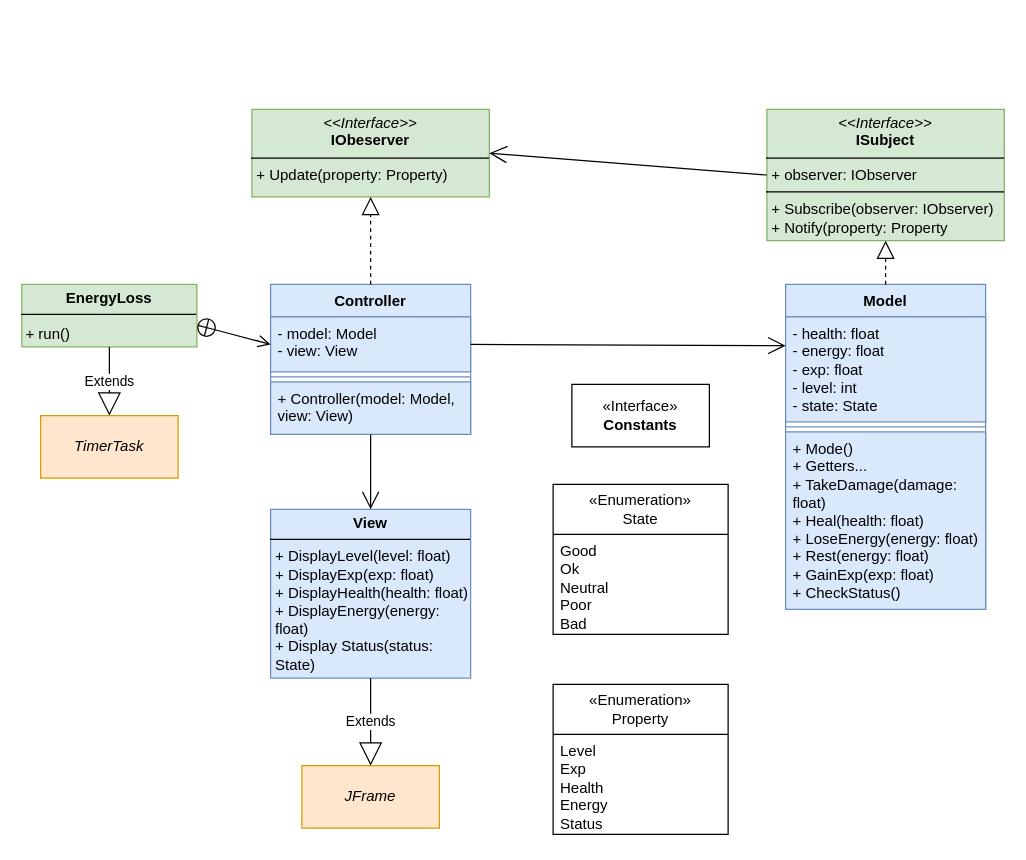
The draw.io diagram page "Page-1" (1 of 2) of ClassDiagram.drawio in r-langas/2212_Project, before the edit. Source tidied: cells renumbered, new cells numbered last; positions are measured from the earlier drawing's top-left corner, leaving out a move shared by most shapes. Both pictures are drawn from the tidied source at 125%, with x=0, y=0 at pixel (21, 109).
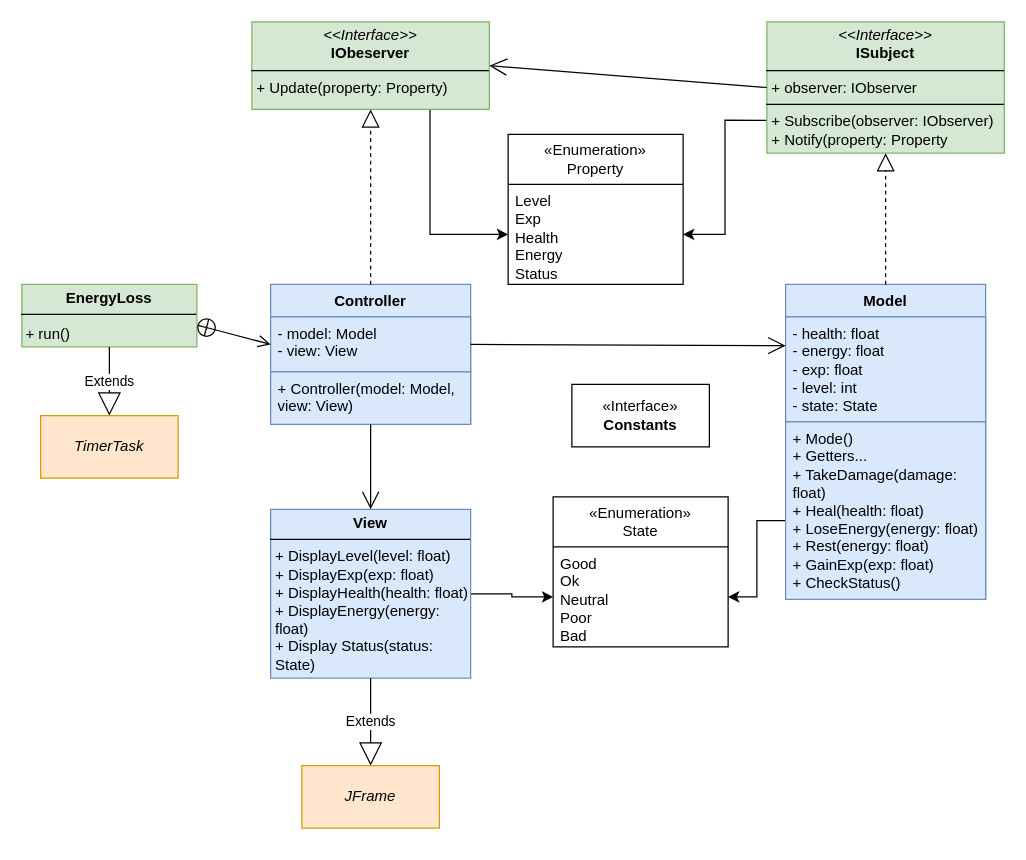
After the change.

Unchanged cells that the change refers to:
```xml
<mxCell id="12" value="Good&lt;div&gt;Ok&lt;/div&gt;&lt;div&gt;Neutral&lt;/div&gt;&lt;div&gt;Poor&lt;/div&gt;&lt;div&gt;Bad&lt;/div&gt;" style="text;strokeColor=none;fillColor=none;align=left;verticalAlign=top;spacingLeft=4;spacingRight=4;overflow=hidden;points=[[0,0.5],[1,0.5]];portConstraint=eastwest;whiteSpace=wrap;html=1;" parent="11" vertex="1">
  <mxGeometry y="40" width="140" height="80" as="geometry" />
</mxCell>
<mxCell id="16" value="Level&lt;div&gt;Exp&lt;/div&gt;&lt;div&gt;Health&lt;/div&gt;&lt;div&gt;Energy&lt;/div&gt;&lt;div&gt;Status&lt;/div&gt;" style="text;strokeColor=none;fillColor=none;align=left;verticalAlign=top;spacingLeft=4;spacingRight=4;overflow=hidden;points=[[0,0.5],[1,0.5]];portConstraint=eastwest;whiteSpace=wrap;html=1;" parent="15" vertex="1">
  <mxGeometry y="40" width="140" height="80" as="geometry" />
</mxCell>
<mxCell id="17" value="&lt;p style=&quot;margin:0px;margin-top:4px;text-align:center;&quot;&gt;&lt;b&gt;View&lt;/b&gt;&lt;/p&gt;&lt;hr size=&quot;1&quot; style=&quot;border-style:solid;&quot;&gt;&lt;p style=&quot;margin:0px;margin-left:4px;&quot;&gt;+ DisplayLevel(level: float)&lt;/p&gt;&lt;p style=&quot;margin:0px;margin-left:4px;&quot;&gt;+ DisplayExp(exp: float)&lt;/p&gt;&lt;p style=&quot;margin:0px;margin-left:4px;&quot;&gt;+ DisplayHealth(health: float)&lt;/p&gt;&lt;p style=&quot;margin:0px;margin-left:4px;&quot;&gt;+ DisplayEnergy(energy: float)&lt;/p&gt;&lt;p style=&quot;margin:0px;margin-left:4px;&quot;&gt;+ Display Status(status: State)&lt;/p&gt;" style="verticalAlign=top;align=left;overflow=fill;html=1;whiteSpace=wrap;fillColor=#dae8fc;strokeColor=#6c8ebf;" parent="1" vertex="1">
  <mxGeometry x="199" y="320" width="160" height="135" as="geometry" />
</mxCell>
```

Diff of the diagram source:
```diff
@@
     <mxCell id="3" value="Controller&lt;div&gt;&lt;br&gt;&lt;/div&gt;" style="swimlane;fontStyle=1;align=center;verticalAlign=top;horizontal=1;startSize=26;whiteSpace=wrap;html=1;fillColor=#dae8fc;strokeColor=#6c8ebf;" parent="1" vertex="1">
-      <mxGeometry x="199" y="140" width="160" height="120" as="geometry" />
+      <mxGeometry x="199" y="140" width="160" height="112" as="geometry" />
     </mxCell>
@@
-    <mxCell id="5" style="line;strokeWidth=1;fillColor=none;align=left;verticalAlign=middle;spacingTop=-1;spacingLeft=3;spacingRight=3;labelPosition=right;strokeColor=inherit;" parent="3" vertex="1">
-      <mxGeometry y="70" width="160" height="8" as="geometry" />
-    </mxCell>
     <mxCell id="6" value="+ Controller(model: Model, view: View)&lt;div&gt;&lt;br&gt;&lt;/div&gt;" style="text;strokeColor=#6c8ebf;fillColor=#dae8fc;align=left;verticalAlign=top;spacingLeft=4;spacingRight=4;overflow=hidden;whiteSpace=wrap;html=1;" parent="3" vertex="1">
-      <mxGeometry y="78" width="160" height="42" as="geometry" />
+      <mxGeometry y="70" width="160" height="42" as="geometry" />
     </mxCell>
+    <mxCell id="29" style="edgeStyle=orthogonalEdgeStyle;rounded=0;jettySize=auto;html=1;exitX=0;exitY=0.75;exitDx=0;exitDy=0;entryX=1;entryY=0.5;entryDx=0;entryDy=0;" parent="1" edge="1" source="7" target="12">
+      <mxGeometry relative="1" as="geometry" />
+    </mxCell>
     <mxCell id="7" value="Model" style="swimlane;fontStyle=1;align=center;verticalAlign=top;horizontal=1;startSize=26;whiteSpace=wrap;html=1;fillColor=#dae8fc;strokeColor=#6c8ebf;" parent="1" vertex="1">
-      <mxGeometry x="611" y="140" width="160" height="260" as="geometry" />
+      <mxGeometry x="611" y="140" width="160" height="252" as="geometry" />
     </mxCell>
@@
-    <mxCell id="9" style="line;strokeWidth=1;fillColor=none;align=left;verticalAlign=middle;spacingTop=-1;spacingLeft=3;spacingRight=3;labelPosition=right;strokeColor=inherit;" parent="7" vertex="1">
-      <mxGeometry y="110" width="160" height="8" as="geometry" />
-    </mxCell>
     <mxCell id="10" value="+ Mode()&lt;div&gt;+ Getters...&lt;/div&gt;&lt;div&gt;+ TakeDamage(damage: float)&lt;/div&gt;&lt;div&gt;+ Heal(health: float)&lt;/div&gt;&lt;div&gt;+ LoseEnergy(energy: float)&lt;/div&gt;&lt;div&gt;+ Rest(energy: float)&lt;/div&gt;&lt;div&gt;+ GainExp(exp: float)&lt;/div&gt;&lt;div&gt;+ CheckStatus()&lt;/div&gt;&lt;div&gt;&lt;br&gt;&lt;/div&gt;" style="text;strokeColor=#6c8ebf;fillColor=#dae8fc;align=left;verticalAlign=top;spacingLeft=4;spacingRight=4;overflow=hidden;whiteSpace=wrap;html=1;" parent="7" vertex="1">
-      <mxGeometry y="118" width="160" height="142" as="geometry" />
+      <mxGeometry y="110" width="160" height="142" as="geometry" />
     </mxCell>
     <mxCell id="11" value="&lt;div&gt;«Enumeration&lt;span style=&quot;background-color: initial;&quot;&gt;»&lt;/span&gt;&lt;br&gt;&lt;/div&gt;State" style="swimlane;fontStyle=0;horizontal=1;startSize=40;fillColor=none;whiteSpace=wrap;html=1;" parent="1" vertex="1">
-      <mxGeometry x="425" y="300" width="140" height="120" as="geometry" />
+      <mxGeometry x="425" y="310" width="140" height="120" as="geometry" />
     </mxCell>
@@
+    <mxCell id="30" style="edgeStyle=orthogonalEdgeStyle;rounded=0;jettySize=auto;html=1;exitX=0.75;exitY=1;exitDx=0;exitDy=0;entryX=0;entryY=0.5;entryDx=0;entryDy=0;" parent="1" edge="1" source="13" target="16">
+      <mxGeometry relative="1" as="geometry" />
+    </mxCell>
     <mxCell id="13" value="&lt;p style=&quot;margin:0px;margin-top:4px;text-align:center;&quot;&gt;&lt;i&gt;&amp;lt;&amp;lt;Interface&amp;gt;&amp;gt;&lt;/i&gt;&lt;br&gt;&lt;b&gt;IObeserver&lt;/b&gt;&lt;/p&gt;&lt;hr size=&quot;1&quot; style=&quot;border-style:solid;&quot;&gt;&lt;p style=&quot;margin:0px;margin-left:4px;&quot;&gt;+ Update(property: Property)&lt;/p&gt;&lt;p style=&quot;margin:0px;margin-left:4px;&quot;&gt;&lt;br&gt;&lt;/p&gt;" style="verticalAlign=top;align=left;overflow=fill;html=1;whiteSpace=wrap;fillColor=#d5e8d4;strokeColor=#82b366;" parent="1" vertex="1">
-      <mxGeometry x="184" width="190" height="70" as="geometry" />
+      <mxGeometry x="184" y="-70" width="190" height="70" as="geometry" />
     </mxCell>
+    <mxCell id="31" style="edgeStyle=orthogonalEdgeStyle;rounded=0;jettySize=auto;html=1;exitX=0;exitY=0.75;exitDx=0;exitDy=0;entryX=1;entryY=0.5;entryDx=0;entryDy=0;" parent="1" edge="1" source="14" target="16">
+      <mxGeometry relative="1" as="geometry" />
+    </mxCell>
     <mxCell id="14" value="&lt;p style=&quot;margin:0px;margin-top:4px;text-align:center;&quot;&gt;&lt;i&gt;&amp;lt;&amp;lt;Interface&amp;gt;&amp;gt;&lt;/i&gt;&lt;br&gt;&lt;b&gt;ISubject&lt;/b&gt;&lt;/p&gt;&lt;hr size=&quot;1&quot; style=&quot;border-style:solid;&quot;&gt;&lt;p style=&quot;margin:0px;margin-left:4px;&quot;&gt;+ observer: IObserver&lt;/p&gt;&lt;hr size=&quot;1&quot; style=&quot;border-style:solid;&quot;&gt;&lt;p style=&quot;margin:0px;margin-left:4px;&quot;&gt;+ Subscribe(observer: IObserver)&lt;/p&gt;&lt;p style=&quot;margin:0px;margin-left:4px;&quot;&gt;+ Notify(property: Property&lt;/p&gt;" style="verticalAlign=top;align=left;overflow=fill;html=1;whiteSpace=wrap;fillColor=#d5e8d4;strokeColor=#82b366;" parent="1" vertex="1">
-      <mxGeometry x="596" width="190" height="105" as="geometry" />
+      <mxGeometry x="596" y="-70" width="190" height="105" as="geometry" />
     </mxCell>
     <mxCell id="15" value="&lt;div&gt;«Enumeration&lt;span style=&quot;background-color: initial;&quot;&gt;»&lt;/span&gt;&lt;br&gt;&lt;/div&gt;Property" style="swimlane;fontStyle=0;horizontal=1;startSize=40;fillColor=none;whiteSpace=wrap;html=1;" parent="1" vertex="1">
-      <mxGeometry x="425" y="460" width="140" height="120" as="geometry" />
+      <mxGeometry x="389" y="20" width="140" height="120" as="geometry" />
     </mxCell>
@@
+    <mxCell id="32" style="edgeStyle=orthogonalEdgeStyle;rounded=0;jettySize=auto;html=1;exitX=1;exitY=0.5;exitDx=0;exitDy=0;" parent="1" edge="1" source="17" target="12">
+      <mxGeometry relative="1" as="geometry" />
+    </mxCell>
```
